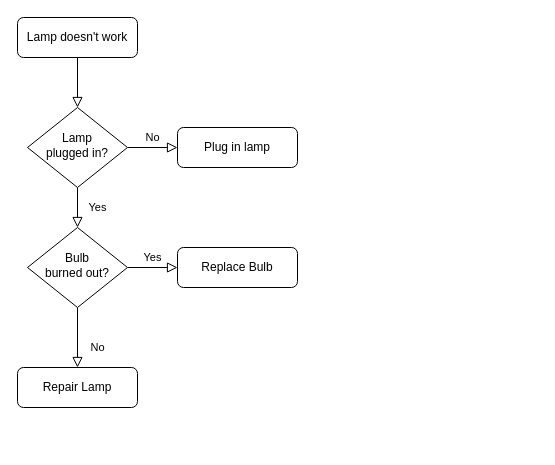
Earlier version of the draw.io diagram 设计/Untitled Diagram.drawio (yifoo/Sidea). Source tidied: cells renumbered, new cells numbered last; positions are measured from the earlier drawing's top-left corner, leaving out a move shared by most shapes. Both pictures are drawn from the tidied source at 100%, with x=0, y=0 at pixel (17, 17).
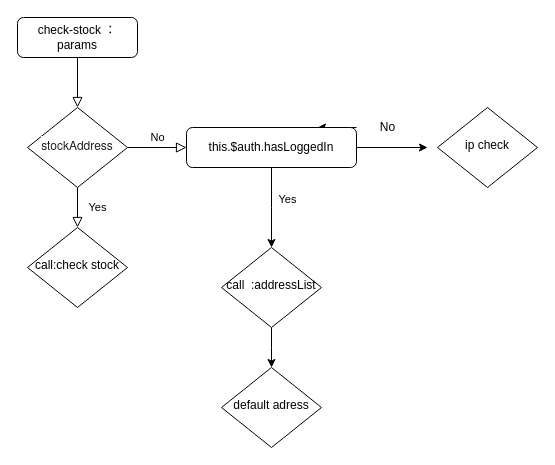
Above is the later version.

What changed in the source:
```diff
@@
-    <mxCell id="3" value="Lamp doesn't work" style="rounded=1;whiteSpace=wrap;html=1;fontSize=12;glass=0;strokeWidth=1;shadow=0;" parent="1" vertex="1">
+    <mxCell id="3" value="check-stock ：params" style="rounded=1;whiteSpace=wrap;html=1;fontSize=12;glass=0;strokeWidth=1;shadow=0;" parent="1" vertex="1">
       <mxGeometry width="120" height="40" as="geometry" />
     </mxCell>
@@
-    <mxCell id="6" value="Lamp&lt;br&gt;plugged in?" style="rhombus;whiteSpace=wrap;html=1;shadow=0;fontFamily=Helvetica;fontSize=12;align=center;strokeWidth=1;spacing=6;spacingTop=-4;" parent="1" vertex="1">
+    <mxCell id="6" value="&lt;span style=&quot;color: rgb(32 , 33 , 36) ; font-family: &amp;#34;.sfnsdisplay-regular&amp;#34; , &amp;#34;helvetica neue&amp;#34; , &amp;#34;lucida grande&amp;#34; , sans-serif ; background-color: rgb(255 , 255 , 255)&quot;&gt;stockAddress&lt;/span&gt;" style="rhombus;whiteSpace=wrap;html=1;shadow=0;fontFamily=Helvetica;fontSize=12;align=center;strokeWidth=1;spacing=6;spacingTop=-4;" parent="1" vertex="1">
       <mxGeometry x="10" y="90" width="100" height="80" as="geometry" />
     </mxCell>
+    <mxCell id="13" style="edgeStyle=orthogonalEdgeStyle;rounded=0;jettySize=auto;html=1;exitX=1;exitY=0;exitDx=0;exitDy=0;" parent="1" edge="1" source="7">
+      <mxGeometry relative="1" as="geometry">
+        <mxPoint x="300" y="110" as="targetPoint" />
+      </mxGeometry>
+    </mxCell>
+    <mxCell id="14" style="edgeStyle=orthogonalEdgeStyle;rounded=0;jettySize=auto;html=1;entryX=0.5;entryY=0;entryDx=0;entryDy=0;" parent="1" edge="1" source="7">
+      <mxGeometry relative="1" as="geometry">
+        <mxPoint x="254" y="230" as="targetPoint" />
+      </mxGeometry>
+    </mxCell>
+    <mxCell id="9" value="Yes" style="edgeLabel;html=1;align=center;verticalAlign=middle;" parent="14" vertex="1">
+      <mxGeometry x="-0.23" y="3" relative="1" as="geometry">
+        <mxPoint x="12" as="offset" />
+      </mxGeometry>
+    </mxCell>
+    <mxCell id="15" style="edgeStyle=orthogonalEdgeStyle;rounded=0;jettySize=auto;html=1;" parent="1" edge="1" source="7">
+      <mxGeometry relative="1" as="geometry">
+        <mxPoint x="410" y="130" as="targetPoint" />
+      </mxGeometry>
+    </mxCell>
-    <mxCell id="7" value="Plug in lamp" style="rounded=1;whiteSpace=wrap;html=1;fontSize=12;glass=0;strokeWidth=1;shadow=0;" parent="1" vertex="1">
-      <mxGeometry x="160" y="110" width="120" height="40" as="geometry" />
+    <mxCell id="7" value="this.$auth.hasLoggedIn" style="rounded=1;whiteSpace=wrap;html=1;fontSize=12;glass=0;strokeWidth=1;shadow=0;" parent="1" vertex="1">
+      <mxGeometry x="169" y="110" width="170" height="40" as="geometry" />
     </mxCell>
+    <mxCell id="10" value="call:check stock" style="rhombus;whiteSpace=wrap;html=1;shadow=0;fontFamily=Helvetica;fontSize=12;align=center;strokeWidth=1;spacing=6;spacingTop=-4;" parent="1" vertex="1">
+      <mxGeometry x="10" y="210" width="100" height="80" as="geometry" />
+    </mxCell>
-    <mxCell id="8" value="No" style="rounded=0;html=1;jettySize=auto;fontSize=11;endArrow=block;endFill=0;endSize=8;strokeWidth=1;shadow=0;labelBackgroundColor=none;edgeStyle=orthogonalEdgeStyle;" parent="1" edge="1" source="10" target="11">
-      <mxGeometry x="0.33" y="20" relative="1" as="geometry" />
+    <mxCell id="8" value="No" style="text;html=1;align=center;verticalAlign=middle;strokeColor=none;fillColor=none;" parent="1" vertex="1">
+      <mxGeometry x="355" y="100" width="30" height="20" as="geometry" />
     </mxCell>
-    <mxCell id="9" value="Yes" style="edgeStyle=orthogonalEdgeStyle;rounded=0;html=1;jettySize=auto;fontSize=11;endArrow=block;endFill=0;endSize=8;strokeWidth=1;shadow=0;labelBackgroundColor=none;" parent="1" edge="1" source="10" target="12">
-      <mxGeometry y="10" relative="1" as="geometry" />
-    </mxCell>
-    <mxCell id="10" value="Bulb&lt;br&gt;burned out?" style="rhombus;whiteSpace=wrap;html=1;shadow=0;fontFamily=Helvetica;fontSize=12;align=center;strokeWidth=1;spacing=6;spacingTop=-4;" parent="1" vertex="1">
-      <mxGeometry x="10" y="210" width="100" height="80" as="geometry" />
-    </mxCell>
-    <mxCell id="11" value="Repair Lamp" style="rounded=1;whiteSpace=wrap;html=1;fontSize=12;glass=0;strokeWidth=1;shadow=0;" parent="1" vertex="1">
-      <mxGeometry y="350" width="120" height="40" as="geometry" />
-    </mxCell>
-    <mxCell id="12" value="Replace Bulb" style="rounded=1;whiteSpace=wrap;html=1;fontSize=12;glass=0;strokeWidth=1;shadow=0;" parent="1" vertex="1">
-      <mxGeometry x="160" y="230" width="120" height="40" as="geometry" />
-    </mxCell>
+    <mxCell id="16" style="edgeStyle=orthogonalEdgeStyle;rounded=0;jettySize=auto;html=1;" parent="1" edge="1" source="17">
+      <mxGeometry relative="1" as="geometry">
+        <mxPoint x="254" y="350" as="targetPoint" />
+      </mxGeometry>
+    </mxCell>
+    <mxCell id="17" value="call&amp;nbsp; :addressList" style="rhombus;whiteSpace=wrap;html=1;shadow=0;fontFamily=Helvetica;fontSize=12;align=center;strokeWidth=1;spacing=6;spacingTop=-4;" parent="1" vertex="1">
+      <mxGeometry x="204" y="230" width="100" height="80" as="geometry" />
+    </mxCell>
+    <mxCell id="18" value="default adress" style="rhombus;whiteSpace=wrap;html=1;shadow=0;fontFamily=Helvetica;fontSize=12;align=center;strokeWidth=1;spacing=6;spacingTop=-4;" parent="1" vertex="1">
+      <mxGeometry x="204" y="350" width="100" height="80" as="geometry" />
+    </mxCell>
+    <mxCell id="19" value="ip check" style="rhombus;whiteSpace=wrap;html=1;shadow=0;fontFamily=Helvetica;fontSize=12;align=center;strokeWidth=1;spacing=6;spacingTop=-4;" parent="1" vertex="1">
+      <mxGeometry x="420" y="90" width="100" height="80" as="geometry" />
+    </mxCell>
```
